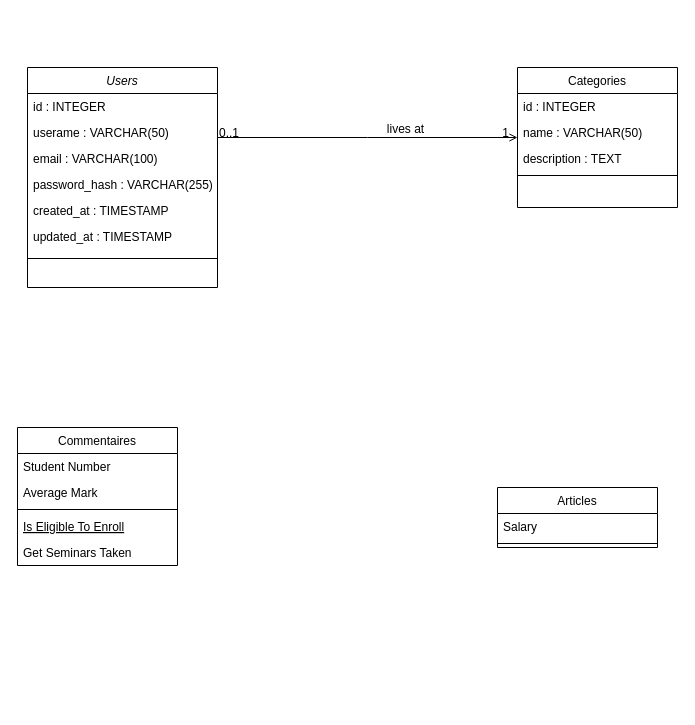
Before: Diagramme sans nom.drawio in thiernomoontaga/google, a draw.io diagram. Source tidied: cells renumbered, new cells numbered last; positions are measured from the earlier drawing's top-left corner, leaving out a move shared by most shapes. Both pictures are drawn from the tidied source at 100%, with x=0, y=0 at pixel (17, 67).
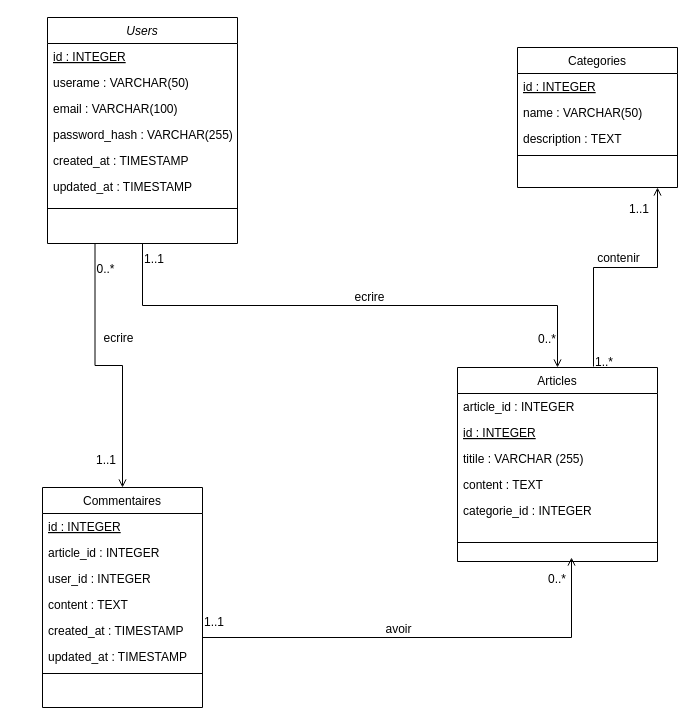
Above is the later version.

Commit message:
Mettre à jour Diagramme sans nom.drawio

Change to the diagram source:
```diff
@@
     <mxCell id="2" value="Users" style="swimlane;fontStyle=2;align=center;verticalAlign=top;horizontal=1;startSize=26;rounded=0;shadow=0;strokeWidth=1;" parent="1" vertex="1">
-      <mxGeometry x="10" width="190" height="220" as="geometry" />
+      <mxGeometry x="30" y="-50" width="190" height="226" as="geometry" />
     </mxCell>
-    <mxCell id="3" value="id : INTEGER" style="text;align=left;verticalAlign=top;spacingLeft=4;spacingRight=4;overflow=hidden;" parent="2" vertex="1">
-      <mxGeometry y="26" width="190" height="26" as="geometry" />
-    </mxCell>
+    <mxCell id="28" value="id : INTEGER" style="text;align=left;verticalAlign=top;spacingLeft=4;spacingRight=4;overflow=hidden;fontStyle=4;" parent="2" vertex="1">
+      <mxGeometry y="26" width="190" height="26" as="geometry" />
+    </mxCell>
@@
     <mxCell id="10" value="Commentaires" style="swimlane;fontStyle=0;align=center;verticalAlign=top;horizontal=1;startSize=26;rounded=0;shadow=0;strokeWidth=1;" parent="1" vertex="1">
-      <mxGeometry y="360" width="160" height="138" as="geometry" />
+      <mxGeometry x="25" y="420" width="160" height="220" as="geometry" />
     </mxCell>
-    <mxCell id="11" value="Student Number" style="text;align=left;verticalAlign=top;spacingLeft=4;spacingRight=4;overflow=hidden;" parent="10" vertex="1">
-      <mxGeometry y="26" width="160" height="26" as="geometry" />
-    </mxCell>
+    <mxCell id="29" value="id : INTEGER" style="text;align=left;verticalAlign=top;spacingLeft=4;spacingRight=4;overflow=hidden;fontStyle=4;" parent="10" vertex="1">
+      <mxGeometry y="26" width="160" height="26" as="geometry" />
+    </mxCell>
-    <mxCell id="12" value="Average Mark" style="text;align=left;verticalAlign=top;spacingLeft=4;spacingRight=4;overflow=hidden;rounded=0;shadow=0;html=0;" parent="10" vertex="1">
+    <mxCell id="12" value="article_id : INTEGER" style="text;align=left;verticalAlign=top;spacingLeft=4;spacingRight=4;overflow=hidden;rounded=0;shadow=0;html=0;" parent="10" vertex="1">
       <mxGeometry y="52" width="160" height="26" as="geometry" />
     </mxCell>
+    <mxCell id="30" value="user_id : INTEGER" style="text;align=left;verticalAlign=top;spacingLeft=4;spacingRight=4;overflow=hidden;rounded=0;shadow=0;html=0;" parent="10" vertex="1">
+      <mxGeometry y="78" width="160" height="26" as="geometry" />
+    </mxCell>
+    <mxCell id="15" value="content : TEXT" style="text;align=left;verticalAlign=top;spacingLeft=4;spacingRight=4;overflow=hidden;" parent="10" vertex="1">
+      <mxGeometry y="104" width="160" height="26" as="geometry" />
+    </mxCell>
+    <mxCell id="31" value="created_at : TIMESTAMP" style="text;align=left;verticalAlign=top;spacingLeft=4;spacingRight=4;overflow=hidden;points=[[0,0.5],[1,0.5]];portConstraint=eastwest;rounded=0;shadow=0;html=0;" parent="10" vertex="1">
+      <mxGeometry y="130" width="160" height="26" as="geometry" />
+    </mxCell>
+    <mxCell id="32" value="updated_at : TIMESTAMP" style="text;align=left;verticalAlign=top;spacingLeft=4;spacingRight=4;overflow=hidden;" parent="10" vertex="1">
+      <mxGeometry y="156" width="160" height="26" as="geometry" />
+    </mxCell>
     <mxCell id="13" style="line;html=1;strokeWidth=1;align=left;verticalAlign=middle;spacingTop=-1;spacingLeft=3;spacingRight=3;labelPosition=right;" parent="10" vertex="1">
-      <mxGeometry y="78" width="160" height="8" as="geometry" />
+      <mxGeometry y="182" width="160" height="8" as="geometry" />
     </mxCell>
+    <mxCell id="16" value="Articles" style="swimlane;fontStyle=0;align=center;verticalAlign=top;horizontal=1;startSize=26;rounded=0;shadow=0;strokeWidth=1;" parent="1" vertex="1">
+      <mxGeometry x="440" y="300" width="200" height="194" as="geometry" />
+    </mxCell>
+    <mxCell id="33" value="article_id : INTEGER" style="text;align=left;verticalAlign=top;spacingLeft=4;spacingRight=4;overflow=hidden;rounded=0;shadow=0;html=0;" parent="16" vertex="1">
+      <mxGeometry y="26" width="200" height="26" as="geometry" />
+    </mxCell>
-    <mxCell id="14" value="Is Eligible To Enroll" style="text;align=left;verticalAlign=top;spacingLeft=4;spacingRight=4;overflow=hidden;fontStyle=4;" parent="10" vertex="1">
-      <mxGeometry y="86" width="160" height="26" as="geometry" />
+    <mxCell id="14" value="id : INTEGER" style="text;align=left;verticalAlign=top;spacingLeft=4;spacingRight=4;overflow=hidden;fontStyle=4;" parent="16" vertex="1">
+      <mxGeometry y="52" width="200" height="26" as="geometry" />
     </mxCell>
-    <mxCell id="15" value="Get Seminars Taken" style="text;align=left;verticalAlign=top;spacingLeft=4;spacingRight=4;overflow=hidden;" parent="10" vertex="1">
-      <mxGeometry y="112" width="160" height="26" as="geometry" />
-    </mxCell>
-    <mxCell id="16" value="Articles" style="swimlane;fontStyle=0;align=center;verticalAlign=top;horizontal=1;startSize=26;rounded=0;shadow=0;strokeWidth=1;" parent="1" vertex="1">
-      <mxGeometry x="480" y="420" width="160" height="60" as="geometry" />
-    </mxCell>
-    <mxCell id="17" value="Salary" style="text;align=left;verticalAlign=top;spacingLeft=4;spacingRight=4;overflow=hidden;" parent="16" vertex="1">
-      <mxGeometry y="26" width="160" height="26" as="geometry" />
-    </mxCell>
+    <mxCell id="34" value="titile : VARCHAR (255)" style="text;align=left;verticalAlign=top;spacingLeft=4;spacingRight=4;overflow=hidden;rounded=0;shadow=0;html=0;" parent="16" vertex="1">
+      <mxGeometry y="78" width="200" height="26" as="geometry" />
+    </mxCell>
+    <mxCell id="35" value="content : TEXT" style="text;align=left;verticalAlign=top;spacingLeft=4;spacingRight=4;overflow=hidden;rounded=0;shadow=0;html=0;" parent="16" vertex="1">
+      <mxGeometry y="104" width="200" height="26" as="geometry" />
+    </mxCell>
+    <mxCell id="36" value="categorie_id : INTEGER" style="text;align=left;verticalAlign=top;spacingLeft=4;spacingRight=4;overflow=hidden;rounded=0;shadow=0;html=0;" parent="16" vertex="1">
+      <mxGeometry y="130" width="200" height="26" as="geometry" />
+    </mxCell>
     <mxCell id="18" style="line;html=1;strokeWidth=1;align=left;verticalAlign=middle;spacingTop=-1;spacingLeft=3;spacingRight=3;labelPosition=right;" parent="16" vertex="1">
-      <mxGeometry y="52" width="160" height="8" as="geometry" />
+      <mxGeometry y="156" width="200" height="38" as="geometry" />
     </mxCell>
     <mxCell id="19" value="Categories" style="swimlane;fontStyle=0;align=center;verticalAlign=top;horizontal=1;startSize=26;rounded=0;shadow=0;strokeWidth=1;" parent="1" vertex="1">
-      <mxGeometry x="500" width="160" height="140" as="geometry" />
+      <mxGeometry x="500" y="-20" width="160" height="140" as="geometry" />
     </mxCell>
-    <mxCell id="20" value="id : INTEGER" style="text;align=left;verticalAlign=top;spacingLeft=4;spacingRight=4;overflow=hidden;" parent="19" vertex="1">
-      <mxGeometry y="26" width="160" height="26" as="geometry" />
-    </mxCell>
+    <mxCell id="37" value="id : INTEGER" style="text;align=left;verticalAlign=top;spacingLeft=4;spacingRight=4;overflow=hidden;fontStyle=4;" parent="19" vertex="1">
+      <mxGeometry y="26" width="160" height="26" as="geometry" />
+    </mxCell>
@@
-    <mxCell id="24" style="endArrow=open;shadow=0;strokeWidth=1;rounded=0;curved=0;endFill=1;edgeStyle=elbowEdgeStyle;elbow=vertical;" parent="1" edge="1" source="2" target="19">
-      <mxGeometry x="0.5" y="41" relative="1" as="geometry">
-        <mxPoint x="-40" y="32" as="offset" />
-      </mxGeometry>
-    </mxCell>
-    <mxCell id="25" value="0..1" style="align=left;verticalAlign=bottom;labelBackgroundColor=none;fontSize=12;" parent="24" vertex="1">
-      <mxGeometry x="-1" relative="1" as="geometry">
-        <mxPoint y="4" as="offset" />
-      </mxGeometry>
-    </mxCell>
-    <mxCell id="26" value="1" style="align=right;verticalAlign=bottom;labelBackgroundColor=none;fontSize=12;" parent="24" vertex="1">
-      <mxGeometry x="1" relative="1" as="geometry">
-        <mxPoint x="-7" y="4" as="offset" />
-      </mxGeometry>
-    </mxCell>
-    <mxCell id="27" value="lives at" style="text;html=1;align=center;verticalAlign=middle;labelBackgroundColor=none;rounded=0;shadow=0;strokeWidth=1;fontSize=12;" parent="24" vertex="1">
-      <mxGeometry x="0.5" y="49" relative="1" as="geometry">
-        <mxPoint x="-38" y="40" as="offset" />
-      </mxGeometry>
-    </mxCell>
+    <mxCell id="38" style="endArrow=open;shadow=0;strokeWidth=1;rounded=0;curved=0;endFill=1;edgeStyle=elbowEdgeStyle;elbow=vertical;exitX=0.5;exitY=1;exitDx=0;exitDy=0;" parent="1" edge="1" source="2" target="16">
+      <mxGeometry x="0.5" y="41" relative="1" as="geometry">
+        <mxPoint x="-40" y="32" as="offset" />
+      </mxGeometry>
+    </mxCell>
+    <mxCell id="39" value="1..1" style="align=left;verticalAlign=bottom;labelBackgroundColor=none;fontSize=12;" parent="38" vertex="1">
+      <mxGeometry x="-1" relative="1" as="geometry">
+        <mxPoint y="24" as="offset" />
+      </mxGeometry>
+    </mxCell>
+    <mxCell id="40" value="0..*" style="align=right;verticalAlign=bottom;labelBackgroundColor=none;fontSize=12;" parent="38" vertex="1">
+      <mxGeometry x="1" relative="1" as="geometry">
+        <mxPoint y="-20" as="offset" />
+      </mxGeometry>
+    </mxCell>
+    <mxCell id="41" value="ecrire" style="text;html=1;align=center;verticalAlign=middle;labelBackgroundColor=none;rounded=0;shadow=0;strokeWidth=1;fontSize=12;" parent="38" vertex="1">
+      <mxGeometry x="0.5" y="49" relative="1" as="geometry">
+        <mxPoint x="-116" y="40" as="offset" />
+      </mxGeometry>
+    </mxCell>
+    <mxCell id="42" style="endArrow=open;shadow=0;strokeWidth=1;rounded=0;curved=0;endFill=1;edgeStyle=elbowEdgeStyle;elbow=vertical;entryX=0.5;entryY=0;entryDx=0;entryDy=0;exitX=0.25;exitY=1;exitDx=0;exitDy=0;" parent="1" edge="1" source="2" target="10">
+      <mxGeometry x="0.5" y="41" relative="1" as="geometry">
+        <mxPoint x="-40" y="32" as="offset" />
+      </mxGeometry>
+    </mxCell>
+    <mxCell id="43" value="0..*" style="align=left;verticalAlign=bottom;labelBackgroundColor=none;fontSize=12;" parent="42" vertex="1">
+      <mxGeometry x="-1" relative="1" as="geometry">
+        <mxPoint y="34" as="offset" />
+      </mxGeometry>
+    </mxCell>
+    <mxCell id="44" value="1..1" style="align=right;verticalAlign=bottom;labelBackgroundColor=none;fontSize=12;" parent="42" vertex="1">
+      <mxGeometry x="1" relative="1" as="geometry">
+        <mxPoint x="-5" y="-20" as="offset" />
+      </mxGeometry>
+    </mxCell>
+    <mxCell id="45" value="ecrire" style="text;html=1;align=center;verticalAlign=middle;labelBackgroundColor=none;rounded=0;shadow=0;strokeWidth=1;fontSize=12;" parent="42" vertex="1">
+      <mxGeometry x="0.5" y="49" relative="1" as="geometry">
+        <mxPoint x="-54" y="-82" as="offset" />
+      </mxGeometry>
+    </mxCell>
+    <mxCell id="46" style="endArrow=open;shadow=0;strokeWidth=1;rounded=0;curved=0;endFill=1;edgeStyle=elbowEdgeStyle;elbow=vertical;exitX=0.68;exitY=-0.005;exitDx=0;exitDy=0;exitPerimeter=0;" parent="1" edge="1" source="16">
+      <mxGeometry x="0.5" y="41" relative="1" as="geometry">
+        <mxPoint x="640" y="120" as="targetPoint" />
+        <Array as="points">
+          <mxPoint x="680" y="200" />
+        </Array>
+        <mxPoint x="-40" y="32" as="offset" />
+      </mxGeometry>
+    </mxCell>
+    <mxCell id="47" value="1..*" style="align=left;verticalAlign=bottom;labelBackgroundColor=none;fontSize=12;direction=south;" parent="46" vertex="1">
+      <mxGeometry x="-1" relative="1" as="geometry">
+        <mxPoint y="4" as="offset" />
+      </mxGeometry>
+    </mxCell>
+    <mxCell id="48" value="1..1" style="align=right;verticalAlign=bottom;labelBackgroundColor=none;fontSize=12;" parent="46" vertex="1">
+      <mxGeometry x="1" relative="1" as="geometry">
+        <mxPoint x="-7" y="30" as="offset" />
+      </mxGeometry>
+    </mxCell>
+    <mxCell id="49" value="contenir" style="text;html=1;align=center;verticalAlign=middle;labelBackgroundColor=none;rounded=0;shadow=0;strokeWidth=1;fontSize=12;" parent="46" vertex="1">
+      <mxGeometry x="0.5" y="49" relative="1" as="geometry">
+        <mxPoint x="9" y="9" as="offset" />
+      </mxGeometry>
+    </mxCell>
+    <mxCell id="50" style="endArrow=open;shadow=0;strokeWidth=1;rounded=0;curved=0;endFill=1;edgeStyle=elbowEdgeStyle;elbow=vertical;exitX=1;exitY=0.5;exitDx=0;exitDy=0;" parent="1" edge="1" source="31">
+      <mxGeometry x="0.5" y="41" relative="1" as="geometry">
+        <mxPoint x="554" y="490" as="targetPoint" />
+        <Array as="points">
+          <mxPoint x="594" y="570" />
+        </Array>
+        <mxPoint x="-40" y="32" as="offset" />
+      </mxGeometry>
+    </mxCell>
+    <mxCell id="51" value="1..1" style="align=left;verticalAlign=bottom;labelBackgroundColor=none;fontSize=12;" parent="50" vertex="1">
+      <mxGeometry x="-1" relative="1" as="geometry" />
+    </mxCell>
+    <mxCell id="52" value="0..*" style="align=right;verticalAlign=bottom;labelBackgroundColor=none;fontSize=12;" parent="50" vertex="1">
+      <mxGeometry x="1" relative="1" as="geometry">
+        <mxPoint x="-4" y="30" as="offset" />
+      </mxGeometry>
+    </mxCell>
+    <mxCell id="53" value="avoir" style="text;html=1;align=center;verticalAlign=middle;labelBackgroundColor=none;rounded=0;shadow=0;strokeWidth=1;fontSize=12;" parent="50" vertex="1">
+      <mxGeometry x="0.5" y="49" relative="1" as="geometry">
+        <mxPoint x="-140" y="40" as="offset" />
+      </mxGeometry>
+    </mxCell>
```
